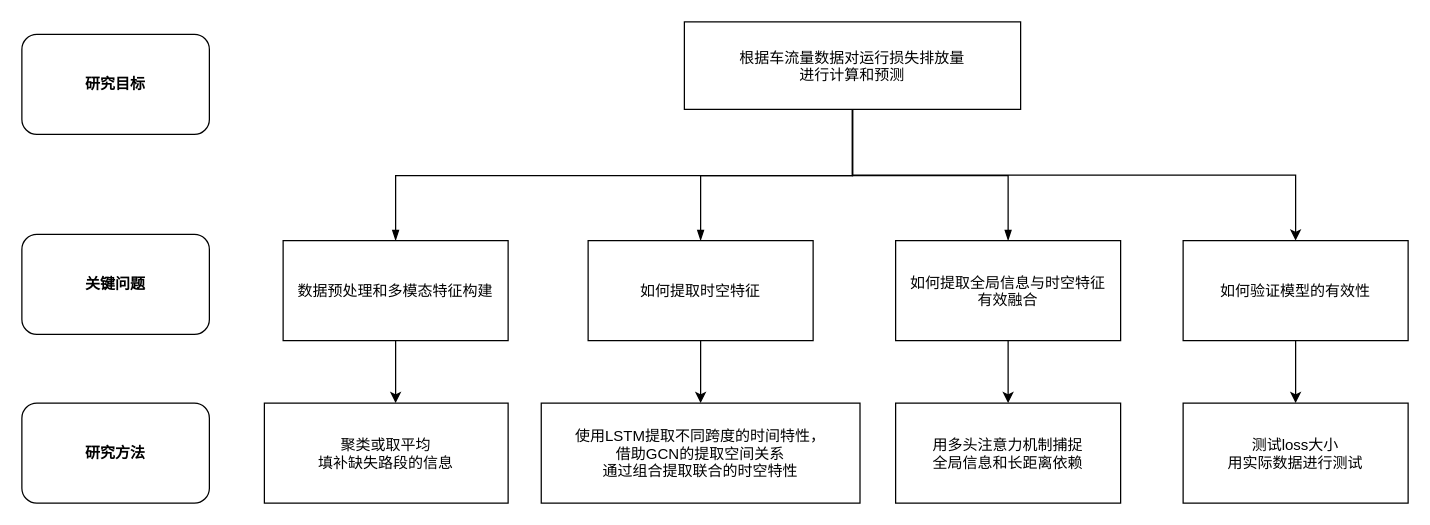
The draw.io diagram 未命名绘图.drawio in oldblackhui/USTC_class_resources, before the edit. Source tidied: cells renumbered, new cells numbered last; positions are measured from the earlier drawing's top-left corner, leaving out a move shared by most shapes. Both pictures are drawn from the tidied source at 125%, with x=0, y=0 at pixel (21, 21).
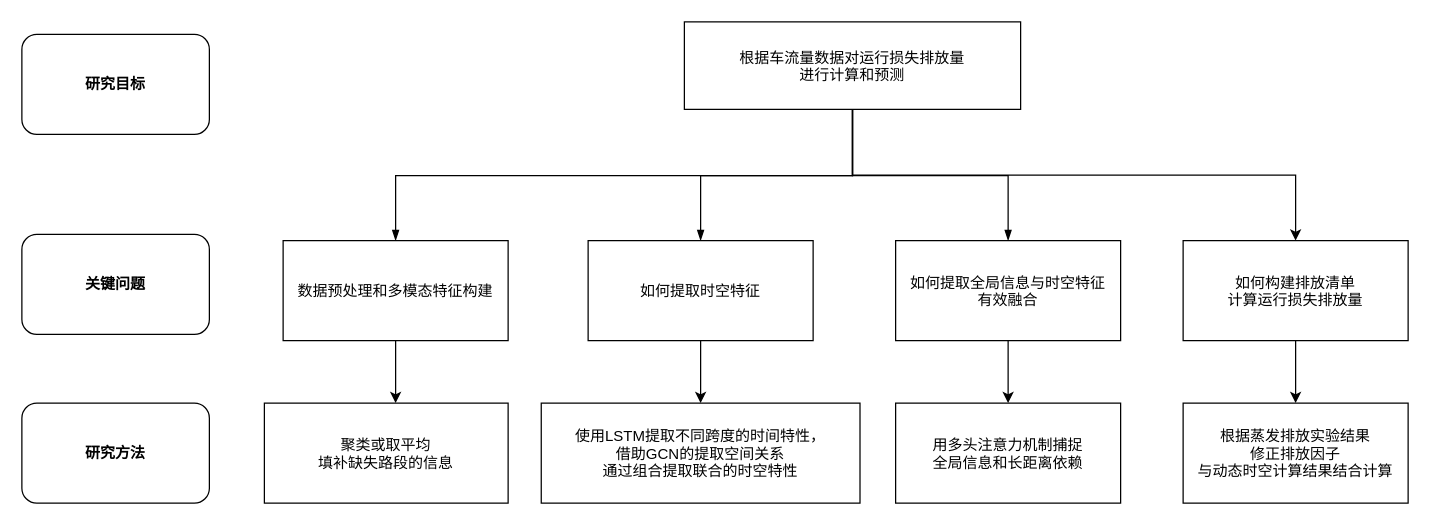
The same page after the edit.

Commit message:
更新未命名绘图.drawio

Change to the diagram source:
```diff
@@
-    <mxCell id="18" value="如何验证模型的有效性" parent="1" vertex="1">
+    <mxCell id="18" value="如何构建排放清单&#10;计算运行损失排放量" parent="1" vertex="1">
       <mxGeometry x="929" y="175" width="180" height="80" as="geometry" />
     </mxCell>
@@
-    <mxCell id="21" value="测试loss大小&#10;用实际数据进行测试" parent="1" vertex="1">
+    <mxCell id="21" value="根据蒸发排放实验结果&#10;修正排放因子&#10;与动态时空计算结果结合计算" parent="1" vertex="1">
       <mxGeometry x="929" y="305" width="180" height="80" as="geometry" />
     </mxCell>
```
